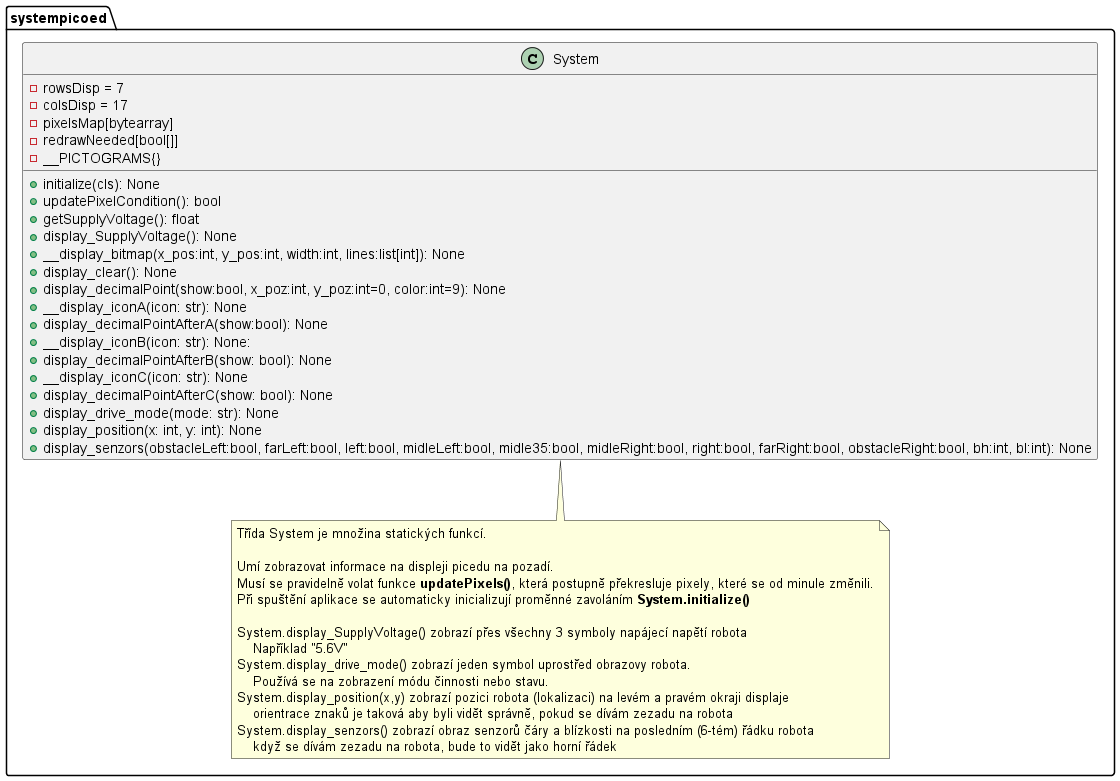
The PlantUML diagram doc/systempicoed.png in JanChaloupek/robot-programming2, before a commit.
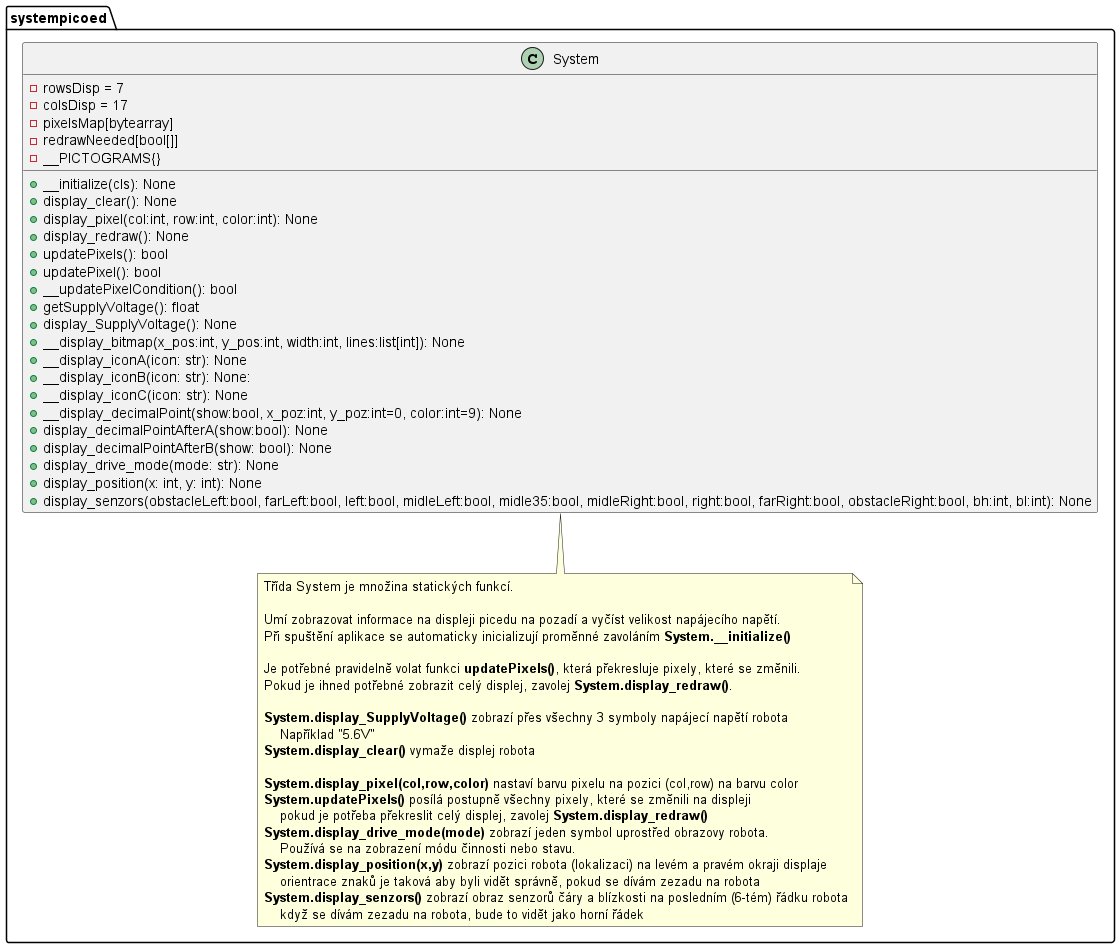
After the change.

The edit, as a diff of the source:
```diff
@@ -10,19 +10,22 @@
         - redrawNeeded[bool[]]
         - __PICTOGRAMS{}
 
-        + initialize(cls): None
-        + updatePixelCondition(): bool
+        + __initialize(cls): None
+        + display_clear(): None
+        + display_pixel(col:int, row:int, color:int): None
+        + display_redraw(): None
+        + updatePixels(): bool
+        + updatePixel(): bool
+        + __updatePixelCondition(): bool
         + getSupplyVoltage(): float
         + display_SupplyVoltage(): None
         + __display_bitmap(x_pos:int, y_pos:int, width:int, lines:list[int]): None
-        + display_clear(): None
-        + display_decimalPoint(show:bool, x_poz:int, y_poz:int=0, color:int=9): None
         + __display_iconA(icon: str): None
+        + __display_iconB(icon: str): None:
+        + __display_iconC(icon: str): None
+        + __display_decimalPoint(show:bool, x_poz:int, y_poz:int=0, color:int=9): None
         + display_decimalPointAfterA(show:bool): None
-        + __display_iconB(icon: str): None:
         + display_decimalPointAfterB(show: bool): None
-        + __display_iconC(icon: str): None
-        + display_decimalPointAfterC(show: bool): None
         + display_drive_mode(mode: str): None
         + display_position(x: int, y: int): None
         + display_senzors(obstacleLeft:bool, farLeft:bool, left:bool, midleLeft:bool, midle35:bool, midleRight:bool, right:bool, farRight:bool, obstacleRight:bool, bh:int, bl:int): None
@@ -30,17 +33,24 @@
     note bottom of System
         Třída System je množina statických funkcí.
 
-        Umí zobrazovat informace na displeji picedu na pozadí.
-        Musí se pravidelně volat funkce <b>updatePixels()</b>, která postupně překresluje pixely, které se od minule změnili.
-        Při spuštění aplikace se automaticky inicializují proměnné zavoláním <b>System.initialize()</b>
+        Umí zobrazovat informace na displeji picedu na pozadí a vyčíst velikost napájecího napětí.
+        Při spuštění aplikace se automaticky inicializují proměnné zavoláním <b>System.__initialize()</b>
 
-        System.display_SupplyVoltage() zobrazí přes všechny 3 symboly napájecí napětí robota
+        Je potřebné pravidelně volat funkci <b>updatePixels()</b>, která překresluje pixely, které se změnili.
+        Pokud je ihned potřebné zobrazit celý displej, zavolej <b>System.display_redraw()</b>.
+
+        <b>System.display_SupplyVoltage()</b> zobrazí přes všechny 3 symboly napájecí napětí robota
             Například "5.6V"
-        System.display_drive_mode() zobrazí jeden symbol uprostřed obrazovy robota.
+        <b>System.display_clear()</b> vymaže displej robota
+
+        <b>System.display_pixel(col,row,color)</b> nastaví barvu pixelu na pozici (col,row) na barvu color
+        <b>System.updatePixels()</b> posílá postupně všechny pixely, které se změnili na displeji
+            pokud je potřeba překreslit celý displej, zavolej <b>System.display_redraw()</b>
+        <b>System.display_drive_mode(mode)</b> zobrazí jeden symbol uprostřed obrazovy robota.
             Používá se na zobrazení módu činnosti nebo stavu.
-        System.display_position(x,y) zobrazí pozici robota (lokalizaci) na levém a pravém okraji displaje
+        <b>System.display_position(x,y)</b> zobrazí pozici robota (lokalizaci) na levém a pravém okraji displaje
             orientrace znaků je taková aby byli vidět správně, pokud se dívám zezadu na robota
-        System.display_senzors() zobrazí obraz senzorů čáry a blízkosti na posledním (6-tém) řádku robota
+        <b>System.display_senzors()</b> zobrazí obraz senzorů čáry a blízkosti na posledním (6-tém) řádku robota
             když se dívám zezadu na robota, bude to vidět jako horní řádek
     end note
 }
```
